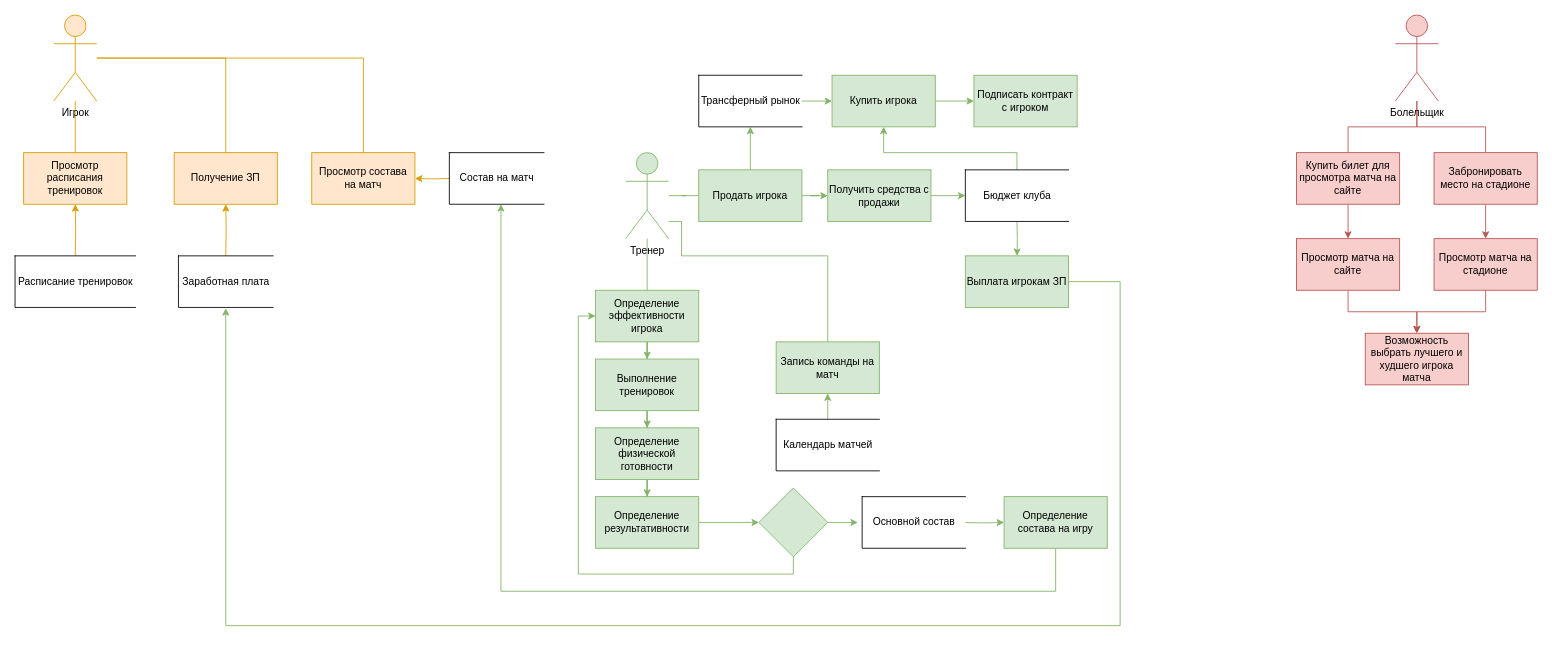
This is DFD Diagramm.drawio from Alexsander996/football, a draw.io file, before an edit. Source tidied: cells renumbered, new cells numbered last; positions are measured from the earlier drawing's top-left corner, leaving out a move shared by most shapes. Both pictures are drawn from the tidied source at 86%, with x=0, y=0 at pixel (15, 15).
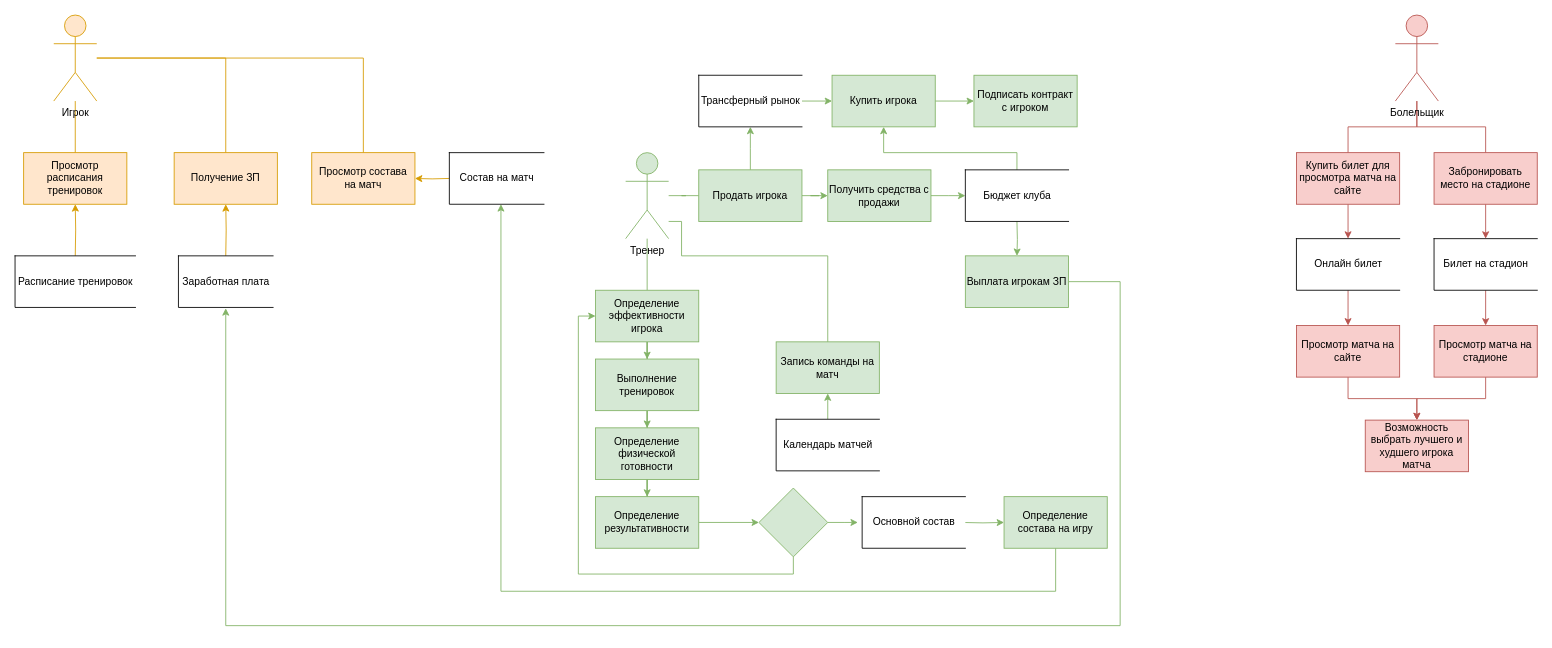
The same diagram, later.

Unchanged cells that the change refers to:
```xml
<mxCell id="49" value="Купить билет для просмотра матча на сайте" style="rounded=0;whiteSpace=wrap;html=1;fillColor=#f8cecc;strokeColor=#b85450;" parent="1" vertex="1">
  <mxGeometry x="1490" y="160" width="120" height="60" as="geometry" />
</mxCell>
<mxCell id="51" value="Забронировать место на стадионе" style="rounded=0;whiteSpace=wrap;html=1;fillColor=#f8cecc;strokeColor=#b85450;" parent="1" vertex="1">
  <mxGeometry x="1650" y="160" width="120" height="60" as="geometry" />
</mxCell>
```

Change to the diagram source:
```diff
@@
-    <mxCell id="48" style="edgeStyle=orthogonalEdgeStyle;rounded=0;jettySize=auto;html=1;entryX=0.5;entryY=0;entryDx=0;entryDy=0;endArrow=classic;endFill=1;fillColor=#f8cecc;strokeColor=#b85450;" parent="1" edge="1" source="49" target="53">
-      <mxGeometry relative="1" as="geometry" />
-    </mxCell>
+    <mxCell id="64" style="edgeStyle=orthogonalEdgeStyle;rounded=0;jettySize=auto;html=1;entryX=0.5;entryY=0;entryDx=0;entryDy=0;fillColor=#f8cecc;strokeColor=#b85450;" parent="1" edge="1" source="49" target="67">
+      <mxGeometry relative="1" as="geometry" />
+    </mxCell>
@@
-    <mxCell id="50" style="edgeStyle=orthogonalEdgeStyle;rounded=0;jettySize=auto;html=1;entryX=0.5;entryY=0;entryDx=0;entryDy=0;endArrow=classic;endFill=1;fillColor=#f8cecc;strokeColor=#b85450;" parent="1" edge="1" source="51" target="55">
-      <mxGeometry relative="1" as="geometry" />
-    </mxCell>
+    <mxCell id="65" style="edgeStyle=orthogonalEdgeStyle;rounded=0;jettySize=auto;html=1;entryX=0.5;entryY=0;entryDx=0;entryDy=0;fillColor=#f8cecc;strokeColor=#b85450;" parent="1" edge="1" source="51" target="69">
+      <mxGeometry relative="1" as="geometry" />
+    </mxCell>
@@
-    <mxCell id="52" style="edgeStyle=orthogonalEdgeStyle;rounded=0;jettySize=auto;html=1;endArrow=classic;endFill=1;entryX=0.5;entryY=0;entryDx=0;entryDy=0;fillColor=#f8cecc;strokeColor=#b85450;" parent="1" edge="1" source="53" target="56">
+    <mxCell id="52" style="edgeStyle=orthogonalEdgeStyle;rounded=0;jettySize=auto;html=1;entryX=0.5;entryY=0;entryDx=0;entryDy=0;fillColor=#f8cecc;strokeColor=#b85450;" parent="1" edge="1" source="53" target="56">
       <mxGeometry relative="1" as="geometry" />
     </mxCell>
     <mxCell id="53" value="Просмотр матча на сайте" style="rounded=0;whiteSpace=wrap;html=1;fillColor=#f8cecc;strokeColor=#b85450;" parent="1" vertex="1">
-      <mxGeometry x="1490" y="260" width="120" height="60" as="geometry" />
+      <mxGeometry x="1490" y="361" width="120" height="60" as="geometry" />
     </mxCell>
-    <mxCell id="54" style="edgeStyle=orthogonalEdgeStyle;rounded=0;jettySize=auto;html=1;entryX=0.5;entryY=0;entryDx=0;entryDy=0;endArrow=classic;endFill=1;fillColor=#f8cecc;strokeColor=#b85450;" parent="1" edge="1" source="55" target="56">
+    <mxCell id="54" style="edgeStyle=orthogonalEdgeStyle;rounded=0;jettySize=auto;html=1;entryX=0.5;entryY=0;entryDx=0;entryDy=0;fillColor=#f8cecc;strokeColor=#b85450;" parent="1" edge="1" source="55" target="56">
       <mxGeometry relative="1" as="geometry" />
     </mxCell>
     <mxCell id="55" value="Просмотр матча на стадионе" style="rounded=0;whiteSpace=wrap;html=1;fillColor=#f8cecc;strokeColor=#b85450;" parent="1" vertex="1">
-      <mxGeometry x="1650" y="260" width="120" height="60" as="geometry" />
+      <mxGeometry x="1650" y="361" width="120" height="60" as="geometry" />
     </mxCell>
     <mxCell id="56" value="Возможность выбрать лучшего и худшего игрока матча" style="rounded=0;whiteSpace=wrap;html=1;fillColor=#f8cecc;strokeColor=#b85450;" parent="1" vertex="1">
-      <mxGeometry x="1570" y="370" width="120" height="60" as="geometry" />
+      <mxGeometry x="1570" y="471" width="120" height="60" as="geometry" />
     </mxCell>
@@
+    <mxCell id="66" style="edgeStyle=orthogonalEdgeStyle;rounded=0;jettySize=auto;html=1;entryX=0.5;entryY=0;entryDx=0;entryDy=0;fillColor=#f8cecc;strokeColor=#b85450;" parent="1" edge="1" source="67" target="53">
+      <mxGeometry relative="1" as="geometry" />
+    </mxCell>
+    <mxCell id="67" value="Онлайн билет" style="html=1;dashed=0;whitespace=wrap;shape=partialRectangle;right=0;" parent="1" vertex="1">
+      <mxGeometry x="1490" y="260" width="120" height="60" as="geometry" />
+    </mxCell>
+    <mxCell id="68" style="edgeStyle=orthogonalEdgeStyle;rounded=0;jettySize=auto;html=1;entryX=0.5;entryY=0;entryDx=0;entryDy=0;fillColor=#f8cecc;strokeColor=#b85450;" parent="1" edge="1" source="69" target="55">
+      <mxGeometry relative="1" as="geometry" />
+    </mxCell>
+    <mxCell id="69" value="Билет на стадион" style="html=1;dashed=0;whitespace=wrap;shape=partialRectangle;right=0;" parent="1" vertex="1">
+      <mxGeometry x="1650" y="260" width="120" height="60" as="geometry" />
+    </mxCell>
```
